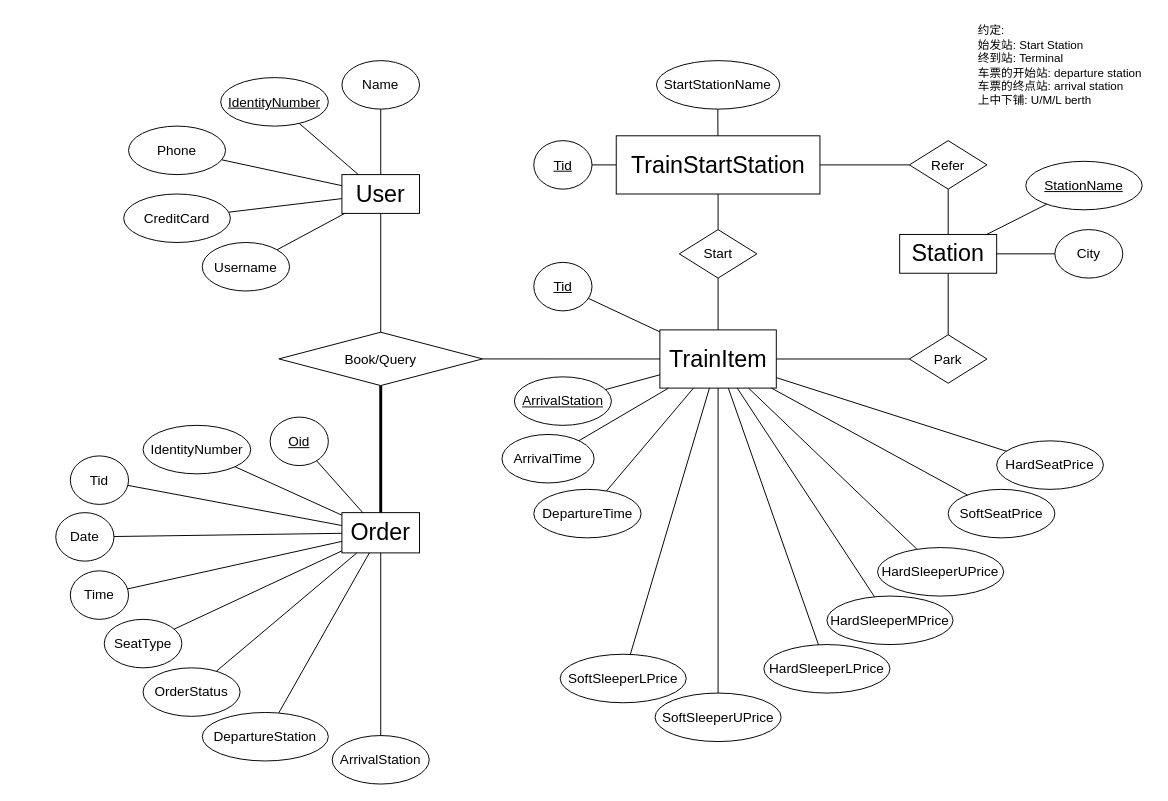
This is page "er-after-chk-zxz-5.3" (1 of 4) of design/ER-graph.drawio from KevinGeejo/Railway-Booking-System, a draw.io file, before an edit. Source tidied: cells renumbered, new cells numbered last; positions are measured from the earlier drawing's top-left corner, leaving out a move shared by most shapes. Both pictures are drawn from the tidied source at 97%, with x=0, y=0 at pixel (55, 21).
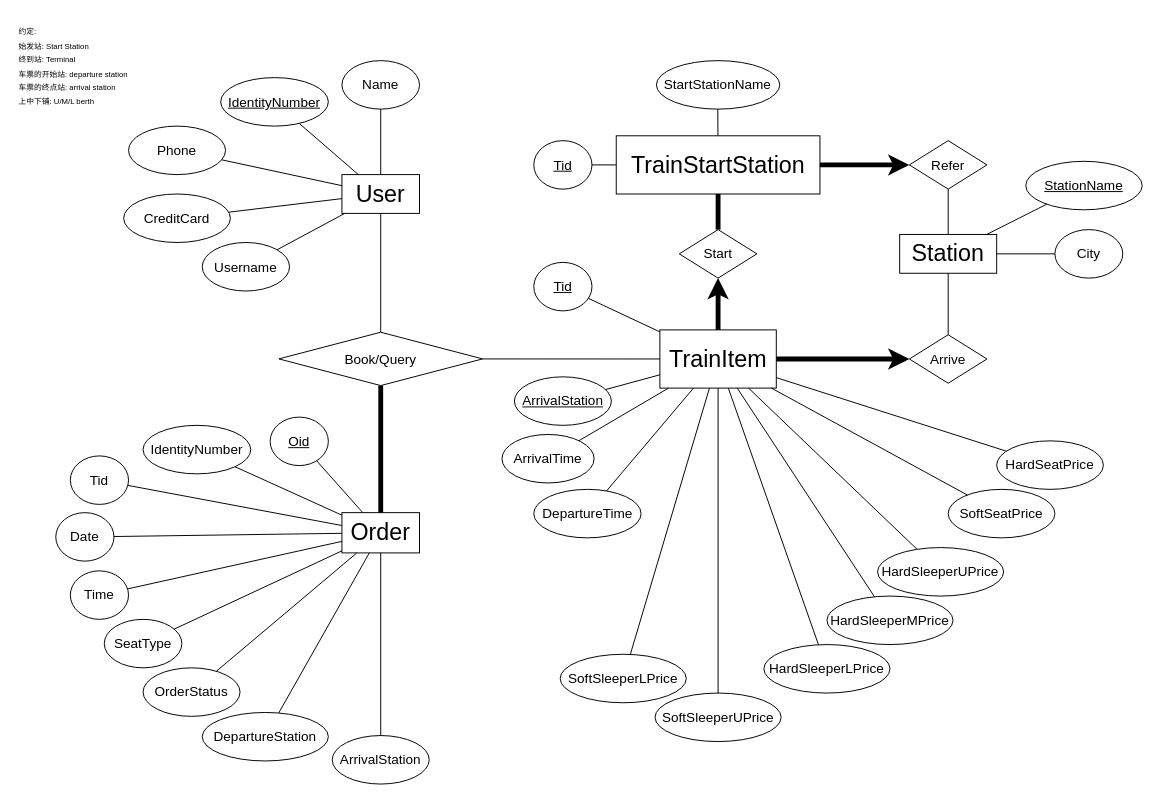
After the change.

Commit message (it also covers changes not shown here):
Design: modify ER graph (add constraints)

Unchanged cells that the change refers to:
```xml
<mxCell id="2" value="&lt;span style=&quot;font-size: 24px&quot;&gt;TrainItem&lt;/span&gt;" style="rounded=0;whiteSpace=wrap;html=1;" parent="1" vertex="1">
  <mxGeometry x="622.8" y="317.6" width="120" height="60" as="geometry" />
</mxCell>
<mxCell id="5" value="&lt;font style=&quot;font-size: 24px&quot;&gt;Order&lt;/font&gt;" style="rounded=0;whiteSpace=wrap;html=1;" parent="1" vertex="1">
  <mxGeometry x="295" y="506" width="80" height="41.5" as="geometry" />
</mxCell>
<mxCell id="24" value="&lt;span style=&quot;font-size: 14px&quot;&gt;Book/Query&lt;br&gt;&lt;/span&gt;" style="rhombus;whiteSpace=wrap;html=1;" parent="1" vertex="1">
  <mxGeometry x="230" y="320" width="210" height="55" as="geometry" />
</mxCell>
<mxCell id="70" value="&lt;span style=&quot;font-size: 24px&quot;&gt;TrainStartStation&lt;/span&gt;" style="rounded=0;whiteSpace=wrap;html=1;" parent="1" vertex="1">
  <mxGeometry x="577.8" y="117.5" width="210" height="60" as="geometry" />
</mxCell>
<mxCell id="73" value="&lt;font style=&quot;font-size: 14px&quot;&gt;Start&lt;/font&gt;" style="rhombus;whiteSpace=wrap;html=1;" parent="1" vertex="1">
  <mxGeometry x="642.8" y="214.2" width="80" height="50" as="geometry" />
</mxCell>
<mxCell id="76" value="&lt;font style=&quot;font-size: 14px&quot;&gt;Refer&lt;/font&gt;" style="rhombus;whiteSpace=wrap;html=1;" parent="1" vertex="1">
  <mxGeometry x="880" y="122.5" width="80" height="50" as="geometry" />
</mxCell>
```

What changed in the source:
```diff
@@
-    <mxCell id="16" value="&lt;font style=&quot;font-size: 14px&quot;&gt;Park&lt;/font&gt;" style="rhombus;whiteSpace=wrap;html=1;" parent="1" vertex="1">
+    <mxCell id="16" value="&lt;font style=&quot;font-size: 14px&quot;&gt;Arrive&lt;/font&gt;" style="rhombus;whiteSpace=wrap;html=1;" parent="1" vertex="1">
       <mxGeometry x="880" y="322.6" width="80" height="50" as="geometry" />
     </mxCell>
-    <mxCell id="17" style="endArrow=none;html=1;" parent="1" edge="1" source="16" target="2">
+    <mxCell id="17" style="endArrow=none;html=1;fillColor=#f8cecc;strokeWidth=5;startArrow=classic;startFill=1;" parent="1" edge="1" source="16" target="2">
       <mxGeometry relative="1" as="geometry" />
     </mxCell>
@@
-    <mxCell id="53" style="endArrow=none;html=1;strokeColor=#000000;fillColor=#000000;strokeWidth=3;" parent="1" edge="1" source="5" target="24">
+    <mxCell id="53" style="endArrow=none;html=1;strokeColor=#000000;fillColor=#000000;strokeWidth=5;" parent="1" edge="1" source="5" target="24">
       <mxGeometry relative="1" as="geometry" />
     </mxCell>
@@
-    <mxCell id="55" value="约定:&lt;br&gt;始发站: Start Station&lt;br&gt;终到站: Terminal&lt;br&gt;车票的开始站: departure station&lt;br&gt;车票的终点站: arrival station&lt;br&gt;上中下铺: U/M/L berth" style="text;html=1;align=left;verticalAlign=middle;" parent="1" vertex="1">
-      <mxGeometry x="949" width="180" height="90" as="geometry" />
+    <mxCell id="55" value="&lt;font style=&quot;font-size: 8px&quot;&gt;约定:&lt;br&gt;始发站: Start Station&lt;br&gt;终到站: Terminal&lt;br&gt;车票的开始站: departure station&lt;br&gt;车票的终点站: arrival station&lt;br&gt;上中下铺: U/M/L berth&lt;/font&gt;" style="text;html=1;align=left;verticalAlign=middle;" parent="1" vertex="1">
+      <mxGeometry x="-40" y="-5" width="130" height="100" as="geometry" />
     </mxCell>
@@
-    <mxCell id="74" style="endArrow=none;html=1;" parent="1" edge="1" source="73" target="70">
+    <mxCell id="74" style="endArrow=none;html=1;strokeWidth=5;fillColor=#ffe6cc;" parent="1" edge="1" source="73" target="70">
       <mxGeometry relative="1" as="geometry" />
     </mxCell>
-    <mxCell id="75" style="endArrow=none;html=1;" parent="1" edge="1" source="2" target="73">
+    <mxCell id="75" style="endArrow=classic;html=1;strokeWidth=5;startArrow=none;startFill=0;endFill=1;fillColor=#ffe6cc;" parent="1" edge="1" source="2" target="73">
       <mxGeometry relative="1" as="geometry" />
     </mxCell>
@@
-    <mxCell id="78" style="endArrow=none;html=1;" parent="1" edge="1" source="76" target="70">
+    <mxCell id="78" style="endArrow=none;html=1;fillColor=#f8cecc;startArrow=classic;startFill=1;strokeWidth=5;" parent="1" edge="1" source="76" target="70">
       <mxGeometry relative="1" as="geometry" />
     </mxCell>
```
